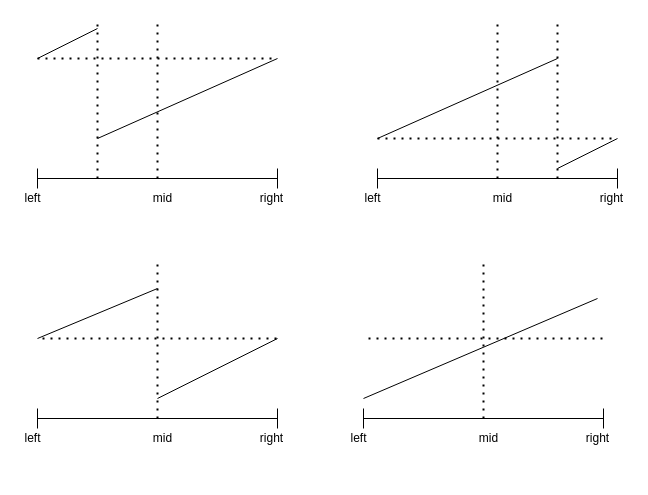
Before: Untitled Diagram.drawio in Seandor/diagrams-storage, a draw.io diagram. Source tidied: cells renumbered, new cells numbered last; positions are measured from the earlier drawing's top-left corner, leaving out a move shared by most shapes. Both pictures are drawn from the tidied source at 100%, with x=0, y=0 at pixel (17, 18).
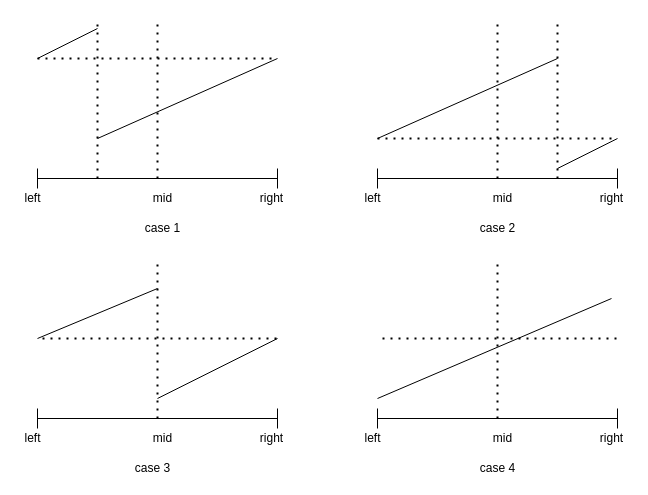
The same page after the edit.

Diff of the diagram source:
```diff
@@
     <mxCell id="28" style="endArrow=none;dashed=1;html=1;dashPattern=1 3;strokeWidth=2;" parent="1" edge="1">
       <mxGeometry relative="1" as="geometry">
-        <mxPoint x="466" y="400" as="sourcePoint" />
-        <mxPoint x="466" y="240" as="targetPoint" />
+        <mxPoint x="480" y="400" as="sourcePoint" />
+        <mxPoint x="480" y="240" as="targetPoint" />
       </mxGeometry>
     </mxCell>
     <mxCell id="29" style="endArrow=none;dashed=1;html=1;dashPattern=1 3;strokeWidth=2;" parent="1" edge="1">
       <mxGeometry relative="1" as="geometry">
-        <mxPoint x="351" y="320" as="sourcePoint" />
-        <mxPoint x="591" y="320" as="targetPoint" />
+        <mxPoint x="365" y="320" as="sourcePoint" />
+        <mxPoint x="605" y="320" as="targetPoint" />
       </mxGeometry>
     </mxCell>
     <mxCell id="30" style="endArrow=none;html=1;" parent="1" edge="1">
       <mxGeometry relative="1" as="geometry">
-        <mxPoint x="580" y="280" as="sourcePoint" />
-        <mxPoint x="346" y="380" as="targetPoint" />
+        <mxPoint x="594" y="280" as="sourcePoint" />
+        <mxPoint x="360" y="380" as="targetPoint" />
       </mxGeometry>
     </mxCell>
     <mxCell id="31" value="mid" style="text;html=1;align=center;verticalAlign=middle;" parent="1" vertex="1">
-      <mxGeometry x="456" y="410" width="30" height="20" as="geometry" />
+      <mxGeometry x="470" y="410" width="30" height="20" as="geometry" />
     </mxCell>
     <mxCell id="32" value="right" style="text;html=1;align=center;verticalAlign=middle;" parent="1" vertex="1">
-      <mxGeometry x="560" y="410" width="40" height="20" as="geometry" />
+      <mxGeometry x="574" y="410" width="40" height="20" as="geometry" />
     </mxCell>
     <mxCell id="33" style="shape=crossbar;whiteSpace=wrap;html=1;rounded=1;" parent="1" vertex="1">
-      <mxGeometry x="346" y="390" width="240" height="20" as="geometry" />
+      <mxGeometry x="360" y="390" width="240" height="20" as="geometry" />
     </mxCell>
     <mxCell id="34" value="left" style="text;html=1;align=center;verticalAlign=middle;" parent="1" vertex="1">
-      <mxGeometry x="326" y="410" width="30" height="20" as="geometry" />
+      <mxGeometry x="340" y="410" width="30" height="20" as="geometry" />
     </mxCell>
+    <mxCell id="35" value="case 1" style="text;html=1;align=center;verticalAlign=middle;" parent="1" vertex="1">
+      <mxGeometry x="120" y="200" width="50" height="20" as="geometry" />
+    </mxCell>
+    <mxCell id="36" value="case 2" style="text;html=1;align=center;verticalAlign=middle;" parent="1" vertex="1">
+      <mxGeometry x="455" y="200" width="50" height="20" as="geometry" />
+    </mxCell>
+    <mxCell id="37" value="case 3" style="text;html=1;align=center;verticalAlign=middle;" parent="1" vertex="1">
+      <mxGeometry x="110" y="440" width="50" height="20" as="geometry" />
+    </mxCell>
+    <mxCell id="38" value="case 4" style="text;html=1;align=center;verticalAlign=middle;" parent="1" vertex="1">
+      <mxGeometry x="455" y="440" width="50" height="20" as="geometry" />
+    </mxCell>
```
